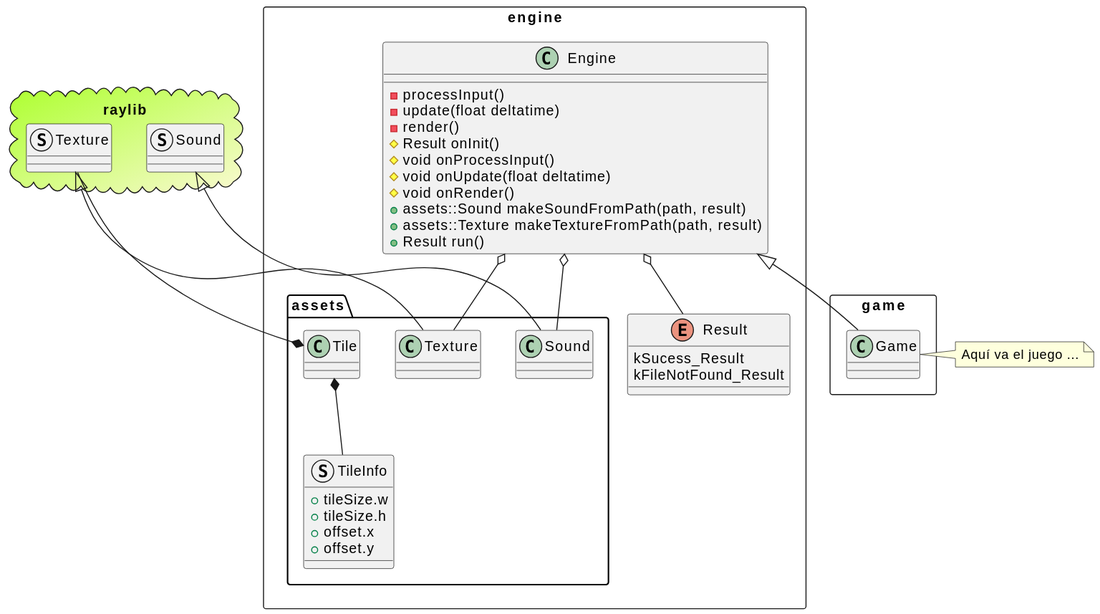
The PlantUML diagram schema.svg in ediazva/game, before a commit.
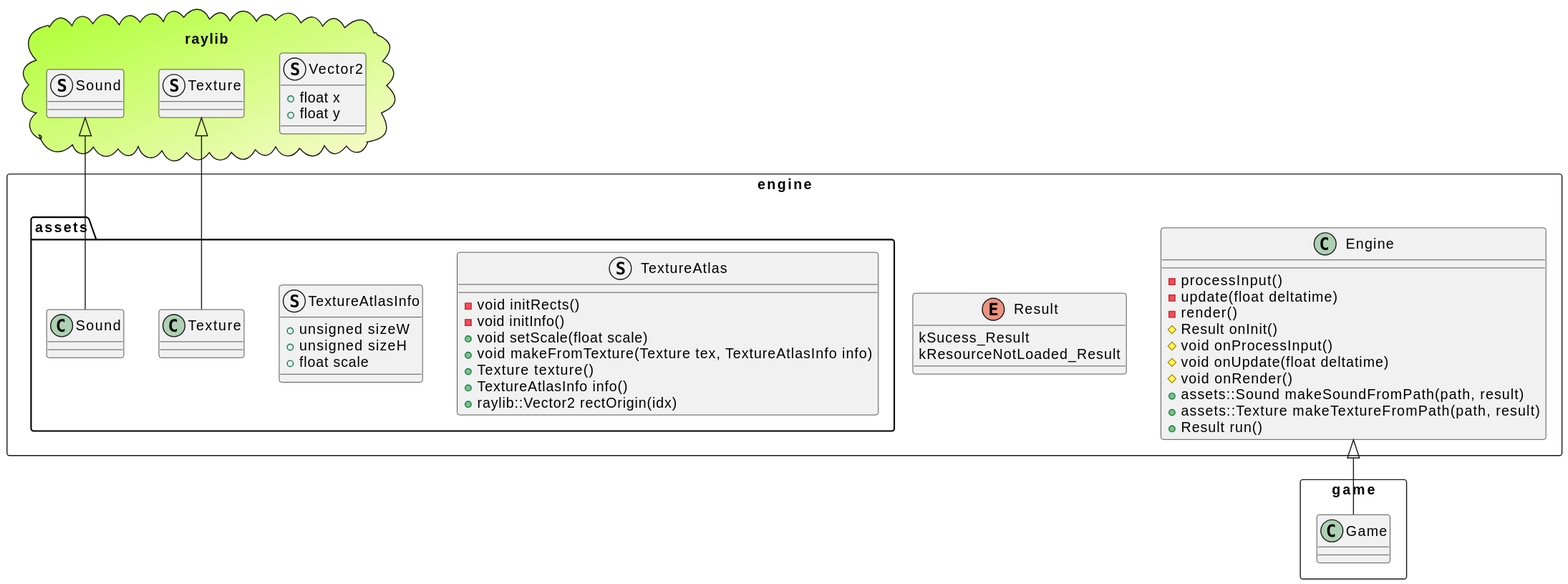
Later version of the same file.

The edit, as a diff of the source:
```diff
@@ -2,24 +2,36 @@
 package raylib <<Cloud>> #GreenYellow/LightGoldenRodYellow {
   struct Sound {}
   struct Texture {}
+  struct Vector2 {
+    + float x
+    + float y
+  }
 }
 
 package engine <<Rectangle>> {
   package assets {
     class Sound extends raylib.Sound {}
     class Texture extends raylib.Texture {}
-    class Tile {}
-    struct TileInfo {
-      + tileSize.w
-      + tileSize.h
-      + offset.x
-      + offset.y
+    struct TextureAtlasInfo {
+      + unsigned sizeW
+      + unsigned sizeH
+      + float scale
     }
-
-    Tile *-- TileInfo
-    Tile *-- raylib.Texture
+    struct TextureAtlas {
+      - void initRects()
+      - void initInfo()
+      + void setScale(float scale)
+      + void makeFromTexture(Texture tex, TextureAtlasInfo info)
+      + Texture texture()
+      + TextureAtlasInfo info()
+      + raylib::Vector2 rectOrigin(idx)
+    }
   }
 
+ enum Result {
+   kSucess_Result
+   kResourceNotLoaded_Result
+ }
 
  class Engine {
    - processInput()
@@ -33,21 +45,9 @@
    + assets::Texture makeTextureFromPath(path, result)
    + Result run()
  }
-
- enum Result {
-   kSucess_Result
-   kFileNotFound_Result
- }
-
- Engine o-- assets.Sound
- Engine o-- assets.Texture
- Engine o-- Result
 }
 
 package game <<Rectangle>> {
   class Game extends engine.Engine {}
 }
-note right of Game
-    Aquí va el juego ...
-  end note
 @enduml
```
